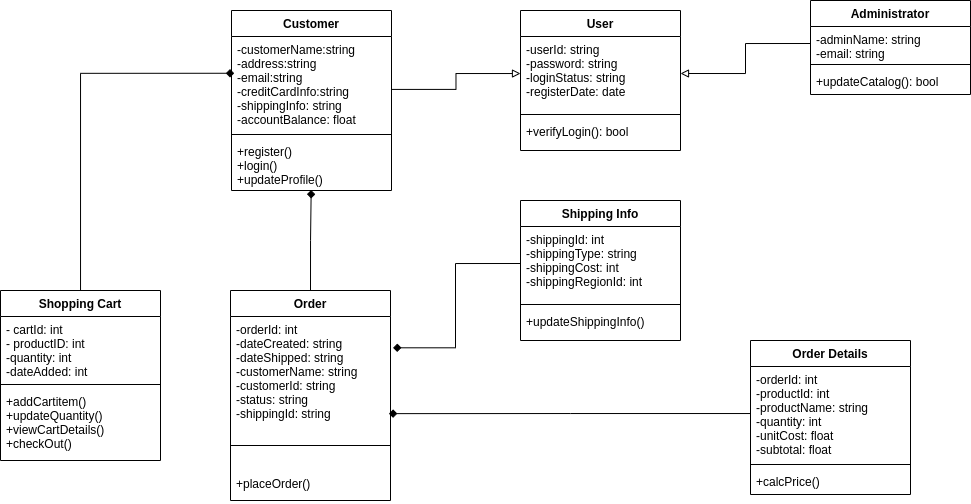
Above: class_diagram_example.png in ERUSDHARMENDRA/diagrams (draw.io), before the change. Source tidied: cells renumbered, new cells last; positions are measured from the earlier drawing's top-left corner, leaving out a move shared by most shapes.
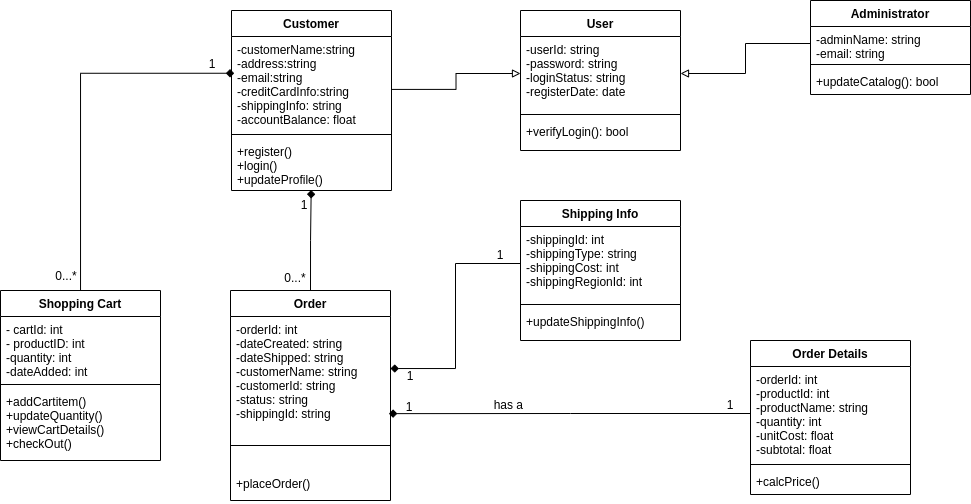
Later version of the same file.

What changed in the source:
```diff
@@ -95,7 +95,7 @@
     <mxCell id="32" style="edgeStyle=orthogonalEdgeStyle;rounded=0;jettySize=auto;html=1;exitX=1;exitY=0.5;exitDx=0;exitDy=0;entryX=0;entryY=0.5;entryDx=0;entryDy=0;endArrow=none;endFill=0;startArrow=block;startFill=0;" parent="1" edge="1" source="17" target="29">
       <mxGeometry relative="1" as="geometry" />
     </mxCell>
-    <mxCell id="33" style="edgeStyle=orthogonalEdgeStyle;rounded=0;jettySize=auto;html=1;exitX=0;exitY=0.5;exitDx=0;exitDy=0;entryX=1.016;entryY=0.301;entryDx=0;entryDy=0;entryPerimeter=0;endArrow=diamond;endFill=1;" parent="1" edge="1" source="21" target="13">
+    <mxCell id="33" style="edgeStyle=orthogonalEdgeStyle;rounded=0;jettySize=auto;html=1;exitX=0;exitY=0.5;exitDx=0;exitDy=0;endArrow=diamond;endFill=1;" parent="1" edge="1" source="21" target="13">
       <mxGeometry relative="1" as="geometry" />
     </mxCell>
     <mxCell id="34" style="edgeStyle=orthogonalEdgeStyle;rounded=0;jettySize=auto;html=1;entryX=0.99;entryY=0.934;entryDx=0;entryDy=0;entryPerimeter=0;endArrow=diamond;endFill=1;" parent="1" edge="1" source="25" target="13">
@@ -104,5 +104,32 @@
     <mxCell id="35" style="edgeStyle=orthogonalEdgeStyle;rounded=0;jettySize=auto;html=1;entryX=0.998;entryY=0.563;entryDx=0;entryDy=0;entryPerimeter=0;startArrow=block;startFill=0;endArrow=none;endFill=0;" parent="1" edge="1" source="17" target="8">
       <mxGeometry relative="1" as="geometry" />
     </mxCell>
+    <mxCell id="36" value="1" style="text;html=1;strokeColor=none;fillColor=none;align=center;verticalAlign=middle;whiteSpace=wrap;rounded=0;" parent="1" vertex="1">
+      <mxGeometry x="480" y="244" width="40" height="20" as="geometry" />
+    </mxCell>
+    <mxCell id="37" value="1" style="text;html=1;strokeColor=none;fillColor=none;align=center;verticalAlign=middle;whiteSpace=wrap;rounded=0;" parent="1" vertex="1">
+      <mxGeometry x="390" y="365" width="40" height="20" as="geometry" />
+    </mxCell>
+    <mxCell id="38" value="1" style="text;html=1;strokeColor=none;fillColor=none;align=center;verticalAlign=middle;whiteSpace=wrap;rounded=0;" parent="1" vertex="1">
+      <mxGeometry x="389" y="396" width="40" height="20" as="geometry" />
+    </mxCell>
+    <mxCell id="39" value="1" style="text;html=1;strokeColor=none;fillColor=none;align=center;verticalAlign=middle;whiteSpace=wrap;rounded=0;" parent="1" vertex="1">
+      <mxGeometry x="710" y="394" width="40" height="20" as="geometry" />
+    </mxCell>
+    <mxCell id="40" value="has a&amp;nbsp;" style="text;html=1;strokeColor=none;fillColor=none;align=center;verticalAlign=middle;whiteSpace=wrap;rounded=0;" parent="1" vertex="1">
+      <mxGeometry x="490" y="394" width="40" height="20" as="geometry" />
+    </mxCell>
+    <mxCell id="41" value="1" style="text;html=1;strokeColor=none;fillColor=none;align=center;verticalAlign=middle;whiteSpace=wrap;rounded=0;" parent="1" vertex="1">
+      <mxGeometry x="284" y="194" width="40" height="20" as="geometry" />
+    </mxCell>
+    <mxCell id="42" value="0...*" style="text;html=1;strokeColor=none;fillColor=none;align=center;verticalAlign=middle;whiteSpace=wrap;rounded=0;" parent="1" vertex="1">
+      <mxGeometry x="275" y="267" width="40" height="20" as="geometry" />
+    </mxCell>
+    <mxCell id="43" value="0...*" style="text;html=1;strokeColor=none;fillColor=none;align=center;verticalAlign=middle;whiteSpace=wrap;rounded=0;" parent="1" vertex="1">
+      <mxGeometry x="46" y="265" width="40" height="20" as="geometry" />
+    </mxCell>
+    <mxCell id="44" value="1" style="text;html=1;strokeColor=none;fillColor=none;align=center;verticalAlign=middle;whiteSpace=wrap;rounded=0;" parent="1" vertex="1">
+      <mxGeometry x="192" y="53" width="40" height="20" as="geometry" />
+    </mxCell>
   </root>
 </mxGraphModel>
```
